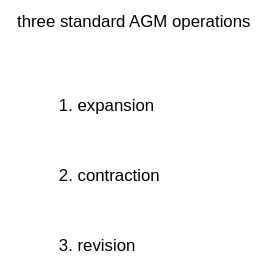
The draw.io diagram Untitled Diagram.drawio.svg in nixnehc/figure, before a commit. Source tidied: cells renumbered, new cells last; positions are measured from the earlier drawing's top-left corner, leaving out a move shared by most shapes.
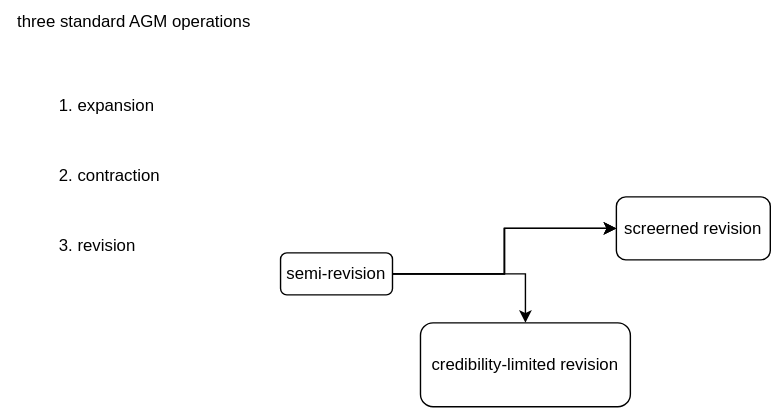
After the commit.

Diff of the diagram source:
```diff
@@ -14,5 +14,29 @@
     <mxCell id="5" value="&lt;div&gt;3. revision&lt;br&gt;&lt;/div&gt;" style="text;html=1;align=left;verticalAlign=middle;whiteSpace=wrap;rounded=0;" parent="1" vertex="1">
       <mxGeometry x="40" y="160" width="80" height="30" as="geometry" />
     </mxCell>
+    <mxCell id="6" style="edgeStyle=orthogonalEdgeStyle;rounded=0;jettySize=auto;html=1;" parent="1" edge="1" source="10" target="11">
+      <mxGeometry relative="1" as="geometry" />
+    </mxCell>
+    <mxCell id="7" style="edgeStyle=orthogonalEdgeStyle;rounded=0;jettySize=auto;html=1;" parent="1" edge="1" source="10" target="11">
+      <mxGeometry relative="1" as="geometry" />
+    </mxCell>
+    <mxCell id="8" style="edgeStyle=orthogonalEdgeStyle;rounded=0;jettySize=auto;html=1;" parent="1" edge="1" source="10" target="11">
+      <mxGeometry relative="1" as="geometry" />
+    </mxCell>
+    <mxCell id="9" style="edgeStyle=orthogonalEdgeStyle;rounded=0;jettySize=auto;html=1;" parent="1" edge="1" source="10" target="12">
+      <mxGeometry relative="1" as="geometry" />
+    </mxCell>
+    <mxCell id="10" value="semi-revision" style="rounded=1;whiteSpace=wrap;html=1;" parent="1" vertex="1">
+      <mxGeometry x="200" y="180" width="80" height="30" as="geometry" />
+    </mxCell>
+    <mxCell id="11" value="screerned revision" style="whiteSpace=wrap;html=1;rounded=1;" parent="1" vertex="1">
+      <mxGeometry x="440" y="140" width="110" height="45" as="geometry" />
+    </mxCell>
+    <mxCell id="12" value="credibility-limited revision" style="whiteSpace=wrap;html=1;rounded=1;" parent="1" vertex="1">
+      <mxGeometry x="300" y="230" width="150" height="60" as="geometry" />
+    </mxCell>
+    <mxCell id="13" style="edgeStyle=orthogonalEdgeStyle;rounded=0;orthogonalLoop=1;jettySize=auto;html=1;exitX=0.5;exitY=1;exitDx=0;exitDy=0;" parent="1" edge="1" source="12" target="12">
+      <mxGeometry relative="1" as="geometry" />
+    </mxCell>
   </root>
 </mxGraphModel>
```
